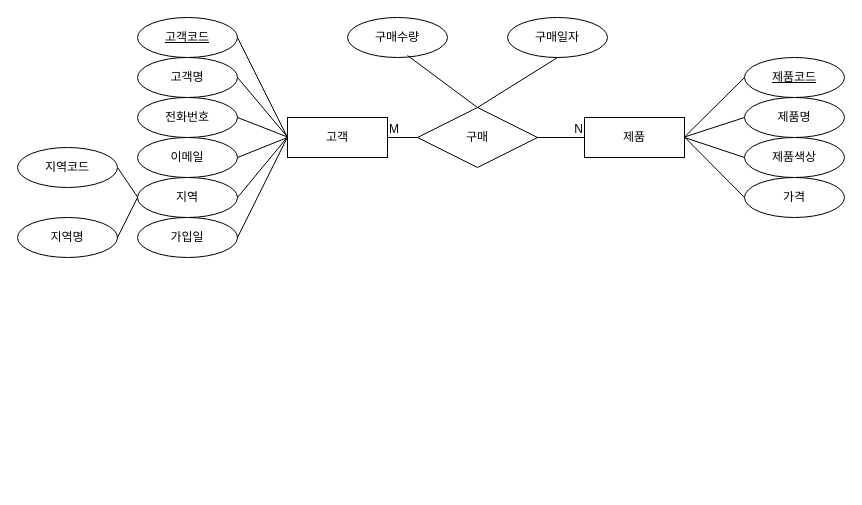
Before: page "페이지-1" (1 of 2) of 온라인상거래.drawio in brian110326/oraclesource, a draw.io diagram. Source tidied: cells renumbered, new cells numbered last; positions are measured from the earlier drawing's top-left corner, leaving out a move shared by most shapes. Both pictures are drawn from the tidied source at 100%, with x=0, y=0 at pixel (17, 17).
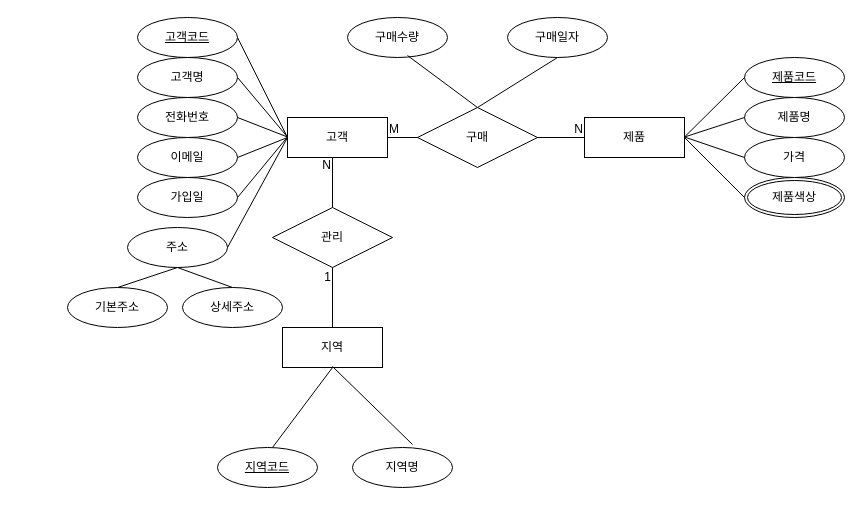
The same page after the edit.

Commit message:
온라인상거래.drawio 업데이트

Unchanged cells that the change refers to:
```xml
<mxCell id="2" value="고객" style="whiteSpace=wrap;html=1;align=center;" parent="1" vertex="1">
  <mxGeometry x="270" y="100" width="100" height="40" as="geometry" />
</mxCell>
<mxCell id="19" value="제품" style="whiteSpace=wrap;html=1;align=center;" parent="1" vertex="1">
  <mxGeometry x="567" y="100" width="100" height="40" as="geometry" />
</mxCell>
```

What changed in the source:
```diff
@@
-    <mxCell id="5" value="지역" style="ellipse;whiteSpace=wrap;html=1;align=center;" parent="1" vertex="1">
-      <mxGeometry x="120" y="160" width="100" height="40" as="geometry" />
-    </mxCell>
@@
     <mxCell id="8" value="가입일" style="ellipse;whiteSpace=wrap;html=1;align=center;" parent="1" vertex="1">
-      <mxGeometry x="120" y="200" width="100" height="40" as="geometry" />
+      <mxGeometry x="120" y="160" width="100" height="40" as="geometry" />
     </mxCell>
@@
-    <mxCell id="10" style="endArrow=none;html=1;rounded=0;exitX=1;exitY=0.5;exitDx=0;exitDy=0;" parent="1" edge="1" source="5">
-      <mxGeometry relative="1" as="geometry">
-        <mxPoint x="270" y="119.5" as="targetPoint" />
-      </mxGeometry>
-    </mxCell>
@@
-    <mxCell id="15" value="지역코드" style="ellipse;whiteSpace=wrap;html=1;align=center;" parent="1" vertex="1">
-      <mxGeometry y="130" width="100" height="40" as="geometry" />
-    </mxCell>
-    <mxCell id="16" value="지역명" style="ellipse;whiteSpace=wrap;html=1;align=center;" parent="1" vertex="1">
-      <mxGeometry y="200" width="100" height="40" as="geometry" />
-    </mxCell>
-    <mxCell id="17" style="endArrow=none;html=1;rounded=0;exitX=1;exitY=0.5;exitDx=0;exitDy=0;" parent="1" edge="1" source="15">
-      <mxGeometry relative="1" as="geometry">
-        <mxPoint x="120" y="179.5" as="targetPoint" />
-      </mxGeometry>
-    </mxCell>
-    <mxCell id="18" style="endArrow=none;html=1;rounded=0;exitX=1;exitY=0.5;exitDx=0;exitDy=0;" parent="1" edge="1" source="16">
-      <mxGeometry relative="1" as="geometry">
-        <mxPoint x="120" y="180" as="targetPoint" />
-      </mxGeometry>
-    </mxCell>
@@
-    <mxCell id="21" value="제품색상" style="ellipse;whiteSpace=wrap;html=1;align=center;" parent="1" vertex="1">
-      <mxGeometry x="727" y="120" width="100" height="40" as="geometry" />
-    </mxCell>
@@
     <mxCell id="23" value="가격" style="ellipse;whiteSpace=wrap;html=1;align=center;" parent="1" vertex="1">
-      <mxGeometry x="727" y="160" width="100" height="40" as="geometry" />
+      <mxGeometry x="727" y="120" width="100" height="40" as="geometry" />
     </mxCell>
@@
-    <mxCell id="25" style="endArrow=none;html=1;rounded=0;entryX=0;entryY=0.5;entryDx=0;entryDy=0;" parent="1" edge="1" target="21">
-      <mxGeometry relative="1" as="geometry">
-        <mxPoint x="667" y="120" as="sourcePoint" />
-      </mxGeometry>
-    </mxCell>
@@
+    <mxCell id="36" value="주소" style="ellipse;whiteSpace=wrap;html=1;align=center;" parent="1" vertex="1">
+      <mxGeometry x="110" y="210" width="100" height="40" as="geometry" />
+    </mxCell>
+    <mxCell id="37" value="상세주소" style="ellipse;whiteSpace=wrap;html=1;align=center;" parent="1" vertex="1">
+      <mxGeometry x="165" y="270" width="100" height="40" as="geometry" />
+    </mxCell>
+    <mxCell id="38" value="기본주소" style="ellipse;whiteSpace=wrap;html=1;align=center;" parent="1" vertex="1">
+      <mxGeometry x="50" y="270" width="100" height="40" as="geometry" />
+    </mxCell>
+    <mxCell id="5" value="지역" style="whiteSpace=wrap;html=1;align=center;" parent="1" vertex="1">
+      <mxGeometry x="265" y="310" width="100" height="40" as="geometry" />
+    </mxCell>
+    <mxCell id="16" value="지역명" style="ellipse;whiteSpace=wrap;html=1;align=center;" parent="1" vertex="1">
+      <mxGeometry x="335" y="430" width="100" height="40" as="geometry" />
+    </mxCell>
+    <mxCell id="39" style="endArrow=none;html=1;rounded=0;entryX=0.6;entryY=-0.075;entryDx=0;entryDy=0;entryPerimeter=0;" parent="1" edge="1" target="16">
+      <mxGeometry relative="1" as="geometry">
+        <mxPoint x="315" y="349" as="sourcePoint" />
+      </mxGeometry>
+    </mxCell>
+    <mxCell id="40" style="endArrow=none;html=1;rounded=0;exitX=0.5;exitY=1;exitDx=0;exitDy=0;entryX=0.5;entryY=0;entryDx=0;entryDy=0;" parent="1" edge="1" source="5">
+      <mxGeometry relative="1" as="geometry">
+        <mxPoint x="255" y="430" as="targetPoint" />
+      </mxGeometry>
+    </mxCell>
+    <mxCell id="21" value="제품색상" style="ellipse;shape=doubleEllipse;margin=3;whiteSpace=wrap;html=1;align=center;" parent="1" vertex="1">
+      <mxGeometry x="727" y="160" width="100" height="40" as="geometry" />
+    </mxCell>
+    <mxCell id="41" style="endArrow=none;html=1;rounded=0;entryX=0;entryY=0.5;entryDx=0;entryDy=0;exitX=1;exitY=0.5;exitDx=0;exitDy=0;" parent="1" edge="1" source="19" target="21">
+      <mxGeometry relative="1" as="geometry" />
+    </mxCell>
+    <mxCell id="42" value="관리" style="shape=rhombus;perimeter=rhombusPerimeter;whiteSpace=wrap;html=1;align=center;" parent="1" vertex="1">
+      <mxGeometry x="255" y="190" width="120" height="60" as="geometry" />
+    </mxCell>
+    <mxCell id="43" style="endArrow=none;html=1;rounded=0;exitX=0.5;exitY=0;exitDx=0;exitDy=0;entryX=0.5;entryY=1;entryDx=0;entryDy=0;" parent="1" edge="1" source="5" target="42">
+      <mxGeometry relative="1" as="geometry" />
+    </mxCell>
+    <mxCell id="44" value="1" style="html=1;whiteSpace=wrap;align=right;verticalAlign=bottom;" parent="43" vertex="1">
+      <mxGeometry x="1" relative="1" as="geometry">
+        <mxPoint y="18" as="offset" />
+      </mxGeometry>
+    </mxCell>
+    <mxCell id="45" style="endArrow=none;html=1;rounded=0;exitX=0.5;exitY=0;exitDx=0;exitDy=0;" parent="1" edge="1" source="42">
+      <mxGeometry relative="1" as="geometry">
+        <mxPoint x="315" y="140" as="targetPoint" />
+      </mxGeometry>
+    </mxCell>
+    <mxCell id="46" value="N" style="html=1;whiteSpace=wrap;align=right;verticalAlign=bottom;" parent="45" vertex="1">
+      <mxGeometry x="1" relative="1" as="geometry">
+        <mxPoint y="16" as="offset" />
+      </mxGeometry>
+    </mxCell>
+    <mxCell id="47" style="endArrow=none;html=1;rounded=0;exitX=0;exitY=0.5;exitDx=0;exitDy=0;entryX=1;entryY=0.5;entryDx=0;entryDy=0;" parent="1" edge="1" source="2" target="36">
+      <mxGeometry relative="1" as="geometry" />
+    </mxCell>
+    <mxCell id="48" style="endArrow=none;html=1;rounded=0;entryX=0.5;entryY=0;entryDx=0;entryDy=0;" parent="1" edge="1" target="37">
+      <mxGeometry relative="1" as="geometry">
+        <mxPoint x="160" y="250" as="sourcePoint" />
+      </mxGeometry>
+    </mxCell>
+    <mxCell id="49" style="endArrow=none;html=1;rounded=0;exitX=0.5;exitY=1;exitDx=0;exitDy=0;entryX=0.5;entryY=0;entryDx=0;entryDy=0;" parent="1" edge="1" source="36" target="38">
+      <mxGeometry relative="1" as="geometry" />
+    </mxCell>
+    <mxCell id="15" value="지역코드" style="ellipse;whiteSpace=wrap;html=1;align=center;fontStyle=4;" parent="1" vertex="1">
+      <mxGeometry x="200" y="430" width="100" height="40" as="geometry" />
+    </mxCell>
```
